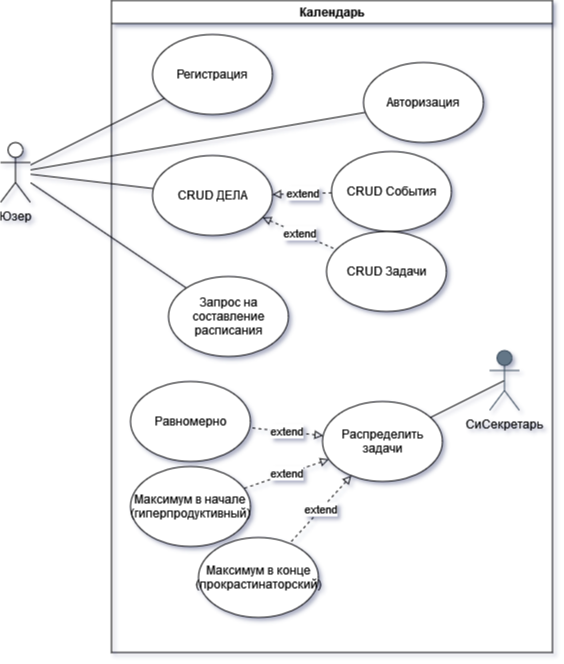
Before: ProjFiles/UseCaseGigaChadCalendar.png, a diagram exported from draw.io (eukuz/ChadWebCalendar). Source tidied: cells renumbered, new cells last; positions are measured from the earlier drawing's top-left corner, leaving out a move shared by most shapes. Its diagram source:
```xml
<mxGraphModel shadow="1">
  <root>
    <mxCell id="0" />
    <mxCell id="1" parent="0" />
    <mxCell id="2" style="rounded=0;jettySize=auto;html=1;fontColor=#000000;endArrow=none;endFill=0;" parent="1" edge="1" source="4" target="11">
      <mxGeometry relative="1" as="geometry" />
    </mxCell>
    <mxCell id="3" style="edgeStyle=none;rounded=0;jettySize=auto;html=1;fontColor=#000000;endArrow=none;endFill=0;" parent="1" edge="1" source="4" target="12">
      <mxGeometry relative="1" as="geometry" />
    </mxCell>
    <mxCell id="4" value="Юзер" style="shape=umlActor;verticalLabelPosition=bottom;verticalAlign=top;html=1;outlineConnect=0;" parent="1" vertex="1">
      <mxGeometry y="142" width="30" height="60" as="geometry" />
    </mxCell>
    <mxCell id="5" value="Календарь" style="swimlane;fontColor=#000000;" parent="1" vertex="1">
      <mxGeometry x="111" width="441" height="652" as="geometry" />
    </mxCell>
    <mxCell id="6" style="edgeStyle=none;rounded=0;jettySize=auto;html=1;exitX=0.5;exitY=0.5;exitDx=0;exitDy=0;exitPerimeter=0;fontColor=#000000;startArrow=none;startFill=0;endArrow=none;endFill=0;" parent="5" edge="1" source="7" target="16">
      <mxGeometry relative="1" as="geometry" />
    </mxCell>
    <mxCell id="7" value="СиСекретарь" style="shape=umlActor;verticalLabelPosition=bottom;verticalAlign=top;html=1;outlineConnect=0;fillColor=#647687;strokeColor=#314354;fontColor=#000000;" parent="5" vertex="1">
      <mxGeometry x="378" y="350" width="30" height="60" as="geometry" />
    </mxCell>
    <mxCell id="8" value="CRUD События" style="ellipse;whiteSpace=wrap;html=1;" parent="5" vertex="1">
      <mxGeometry x="220" y="151" width="120" height="80" as="geometry" />
    </mxCell>
    <mxCell id="9" value="&lt;div&gt;CRUD Задачи&lt;/div&gt;" style="ellipse;whiteSpace=wrap;html=1;" parent="5" vertex="1">
      <mxGeometry x="215" y="231" width="120" height="80" as="geometry" />
    </mxCell>
    <mxCell id="10" value="extend" style="rounded=0;jettySize=auto;html=1;fontColor=#000000;endArrow=none;endFill=0;startArrow=block;startFill=0;dashed=1;" parent="5" edge="1" source="11" target="9">
      <mxGeometry relative="1" as="geometry" />
    </mxCell>
    <mxCell id="11" value="CRUD ДЕЛА" style="ellipse;whiteSpace=wrap;html=1;" parent="5" vertex="1">
      <mxGeometry x="41" y="155" width="120" height="80" as="geometry" />
    </mxCell>
    <mxCell id="12" value="Запрос на составление расписания" style="ellipse;whiteSpace=wrap;html=1;" parent="5" vertex="1">
      <mxGeometry x="57" y="276" width="120" height="80" as="geometry" />
    </mxCell>
    <mxCell id="13" value="Равномерно" style="ellipse;whiteSpace=wrap;html=1;" parent="5" vertex="1">
      <mxGeometry x="19" y="381" width="120" height="80" as="geometry" />
    </mxCell>
    <mxCell id="14" value="&lt;div&gt;Максимум в начале&lt;/div&gt;&lt;div&gt;(гиперпродуктивный)&lt;br&gt;&lt;span&gt;&lt;span&gt;&lt;/span&gt;&lt;/span&gt;&lt;/div&gt;" style="ellipse;whiteSpace=wrap;html=1;" parent="5" vertex="1">
      <mxGeometry x="19" y="466" width="120" height="80" as="geometry" />
    </mxCell>
    <mxCell id="15" value="extend" style="rounded=0;jettySize=auto;html=1;fontColor=#000000;endArrow=none;endFill=0;startArrow=block;startFill=0;dashed=1;" parent="5" edge="1" source="16" target="14">
      <mxGeometry relative="1" as="geometry" />
    </mxCell>
    <mxCell id="16" value="&lt;div&gt;Распределить задачи&lt;/div&gt;" style="ellipse;whiteSpace=wrap;html=1;" parent="5" vertex="1">
      <mxGeometry x="211" y="401" width="120" height="80" as="geometry" />
    </mxCell>
    <mxCell id="17" value="Максимум в конце (прокрастинаторский)" style="ellipse;whiteSpace=wrap;html=1;" parent="5" vertex="1">
      <mxGeometry x="87" y="537" width="120" height="80" as="geometry" />
    </mxCell>
    <mxCell id="18" value="extend" style="rounded=0;jettySize=auto;html=1;fontColor=#000000;endArrow=none;endFill=0;startArrow=block;startFill=0;dashed=1;" parent="5" edge="1" source="16" target="17">
      <mxGeometry relative="1" as="geometry" />
    </mxCell>
    <mxCell id="19" value="&lt;div&gt;Авторизация&lt;/div&gt;" style="ellipse;whiteSpace=wrap;html=1;" parent="5" vertex="1">
      <mxGeometry x="252" y="62" width="120" height="80" as="geometry" />
    </mxCell>
    <mxCell id="20" value="Регистрация" style="ellipse;whiteSpace=wrap;html=1;" parent="5" vertex="1">
      <mxGeometry x="41" y="34" width="120" height="80" as="geometry" />
    </mxCell>
    <mxCell id="21" value="extend" style="rounded=0;jettySize=auto;html=1;fontColor=#000000;endArrow=none;endFill=0;startArrow=block;startFill=0;dashed=1;" parent="5" edge="1" source="16" target="13">
      <mxGeometry relative="1" as="geometry" />
    </mxCell>
    <mxCell id="22" value="extend" style="rounded=0;jettySize=auto;html=1;fontColor=#000000;endArrow=none;endFill=0;startArrow=block;startFill=0;dashed=1;" parent="5" edge="1" source="11" target="8">
      <mxGeometry relative="1" as="geometry" />
    </mxCell>
    <mxCell id="23" style="edgeStyle=none;rounded=0;jettySize=auto;html=1;fontColor=#000000;startArrow=none;startFill=0;endArrow=none;endFill=0;" parent="1" edge="1" source="19" target="4">
      <mxGeometry relative="1" as="geometry" />
    </mxCell>
    <mxCell id="24" style="edgeStyle=none;rounded=0;jettySize=auto;html=1;fontColor=#000000;startArrow=none;startFill=0;endArrow=none;endFill=0;" parent="1" edge="1" source="20" target="4">
      <mxGeometry relative="1" as="geometry" />
    </mxCell>
  </root>
</mxGraphModel>
```
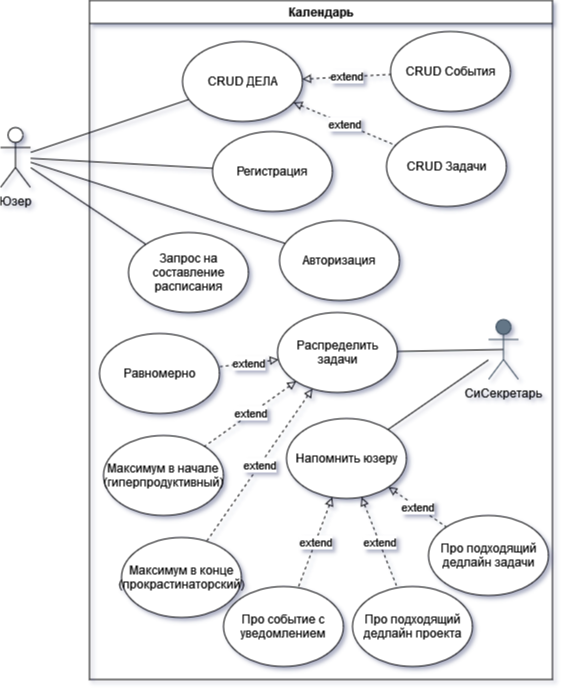
The same file after the commit.

Commit message:
updated use case diagram

What changed in the source:
```diff
@@ -9,62 +9,86 @@
       <mxGeometry relative="1" as="geometry" />
     </mxCell>
     <mxCell id="4" value="Юзер" style="shape=umlActor;verticalLabelPosition=bottom;verticalAlign=top;html=1;outlineConnect=0;" parent="1" vertex="1">
-      <mxGeometry y="142" width="30" height="60" as="geometry" />
+      <mxGeometry x="115" y="209" width="30" height="60" as="geometry" />
     </mxCell>
     <mxCell id="5" value="Календарь" style="swimlane;fontColor=#000000;" parent="1" vertex="1">
-      <mxGeometry x="111" width="441" height="652" as="geometry" />
+      <mxGeometry x="204" y="82" width="463" height="679" as="geometry" />
     </mxCell>
     <mxCell id="6" style="edgeStyle=none;rounded=0;jettySize=auto;html=1;exitX=0.5;exitY=0.5;exitDx=0;exitDy=0;exitPerimeter=0;fontColor=#000000;startArrow=none;startFill=0;endArrow=none;endFill=0;" parent="5" edge="1" source="7" target="16">
       <mxGeometry relative="1" as="geometry" />
     </mxCell>
     <mxCell id="7" value="СиСекретарь" style="shape=umlActor;verticalLabelPosition=bottom;verticalAlign=top;html=1;outlineConnect=0;fillColor=#647687;strokeColor=#314354;fontColor=#000000;" parent="5" vertex="1">
-      <mxGeometry x="378" y="350" width="30" height="60" as="geometry" />
+      <mxGeometry x="399" y="319" width="30" height="60" as="geometry" />
     </mxCell>
     <mxCell id="8" value="CRUD События" style="ellipse;whiteSpace=wrap;html=1;" parent="5" vertex="1">
-      <mxGeometry x="220" y="151" width="120" height="80" as="geometry" />
+      <mxGeometry x="301" y="31" width="120" height="80" as="geometry" />
     </mxCell>
     <mxCell id="9" value="&lt;div&gt;CRUD Задачи&lt;/div&gt;" style="ellipse;whiteSpace=wrap;html=1;" parent="5" vertex="1">
-      <mxGeometry x="215" y="231" width="120" height="80" as="geometry" />
+      <mxGeometry x="297" y="126" width="120" height="80" as="geometry" />
     </mxCell>
     <mxCell id="10" value="extend" style="rounded=0;jettySize=auto;html=1;fontColor=#000000;endArrow=none;endFill=0;startArrow=block;startFill=0;dashed=1;" parent="5" edge="1" source="11" target="9">
       <mxGeometry relative="1" as="geometry" />
     </mxCell>
     <mxCell id="11" value="CRUD ДЕЛА" style="ellipse;whiteSpace=wrap;html=1;" parent="5" vertex="1">
-      <mxGeometry x="41" y="155" width="120" height="80" as="geometry" />
+      <mxGeometry x="93" y="41" width="120" height="80" as="geometry" />
     </mxCell>
-    <mxCell id="12" value="Запрос на составление расписания" style="ellipse;whiteSpace=wrap;html=1;" parent="5" vertex="1">
-      <mxGeometry x="57" y="276" width="120" height="80" as="geometry" />
-    </mxCell>
     <mxCell id="13" value="Равномерно" style="ellipse;whiteSpace=wrap;html=1;" parent="5" vertex="1">
-      <mxGeometry x="19" y="381" width="120" height="80" as="geometry" />
+      <mxGeometry x="10" y="333" width="120" height="80" as="geometry" />
     </mxCell>
     <mxCell id="14" value="&lt;div&gt;Максимум в начале&lt;/div&gt;&lt;div&gt;(гиперпродуктивный)&lt;br&gt;&lt;span&gt;&lt;span&gt;&lt;/span&gt;&lt;/span&gt;&lt;/div&gt;" style="ellipse;whiteSpace=wrap;html=1;" parent="5" vertex="1">
-      <mxGeometry x="19" y="466" width="120" height="80" as="geometry" />
+      <mxGeometry x="14" y="435" width="120" height="80" as="geometry" />
     </mxCell>
     <mxCell id="15" value="extend" style="rounded=0;jettySize=auto;html=1;fontColor=#000000;endArrow=none;endFill=0;startArrow=block;startFill=0;dashed=1;" parent="5" edge="1" source="16" target="14">
       <mxGeometry relative="1" as="geometry" />
     </mxCell>
     <mxCell id="16" value="&lt;div&gt;Распределить задачи&lt;/div&gt;" style="ellipse;whiteSpace=wrap;html=1;" parent="5" vertex="1">
-      <mxGeometry x="211" y="401" width="120" height="80" as="geometry" />
+      <mxGeometry x="188" y="312" width="120" height="80" as="geometry" />
     </mxCell>
     <mxCell id="17" value="Максимум в конце (прокрастинаторский)" style="ellipse;whiteSpace=wrap;html=1;" parent="5" vertex="1">
-      <mxGeometry x="87" y="537" width="120" height="80" as="geometry" />
+      <mxGeometry x="32" y="537" width="120" height="80" as="geometry" />
     </mxCell>
     <mxCell id="18" value="extend" style="rounded=0;jettySize=auto;html=1;fontColor=#000000;endArrow=none;endFill=0;startArrow=block;startFill=0;dashed=1;" parent="5" edge="1" source="16" target="17">
       <mxGeometry relative="1" as="geometry" />
     </mxCell>
     <mxCell id="19" value="&lt;div&gt;Авторизация&lt;/div&gt;" style="ellipse;whiteSpace=wrap;html=1;" parent="5" vertex="1">
-      <mxGeometry x="252" y="62" width="120" height="80" as="geometry" />
+      <mxGeometry x="190" y="220" width="120" height="80" as="geometry" />
     </mxCell>
-    <mxCell id="20" value="Регистрация" style="ellipse;whiteSpace=wrap;html=1;" parent="5" vertex="1">
-      <mxGeometry x="41" y="34" width="120" height="80" as="geometry" />
-    </mxCell>
     <mxCell id="21" value="extend" style="rounded=0;jettySize=auto;html=1;fontColor=#000000;endArrow=none;endFill=0;startArrow=block;startFill=0;dashed=1;" parent="5" edge="1" source="16" target="13">
       <mxGeometry relative="1" as="geometry" />
     </mxCell>
     <mxCell id="22" value="extend" style="rounded=0;jettySize=auto;html=1;fontColor=#000000;endArrow=none;endFill=0;startArrow=block;startFill=0;dashed=1;" parent="5" edge="1" source="11" target="8">
       <mxGeometry relative="1" as="geometry" />
     </mxCell>
+    <mxCell id="25" value="Напомнить юзеру" style="ellipse;whiteSpace=wrap;html=1;" parent="5" vertex="1">
+      <mxGeometry x="197" y="418" width="120" height="80" as="geometry" />
+    </mxCell>
+    <mxCell id="26" style="edgeStyle=none;rounded=0;jettySize=auto;html=1;fontColor=#000000;startArrow=none;startFill=0;endArrow=none;endFill=0;" parent="5" edge="1" source="7" target="25">
+      <mxGeometry relative="1" as="geometry" />
+    </mxCell>
+    <mxCell id="27" value="Про событие с уведомлением" style="ellipse;whiteSpace=wrap;html=1;" parent="5" vertex="1">
+      <mxGeometry x="134" y="586" width="120" height="80" as="geometry" />
+    </mxCell>
+    <mxCell id="28" value="extend" style="rounded=0;jettySize=auto;html=1;fontColor=#000000;endArrow=none;endFill=0;startArrow=block;startFill=0;dashed=1;" parent="5" edge="1" source="25" target="27">
+      <mxGeometry relative="1" as="geometry" />
+    </mxCell>
+    <mxCell id="29" value="Про подходящий дедлайн задачи" style="ellipse;whiteSpace=wrap;html=1;" parent="5" vertex="1">
+      <mxGeometry x="339" y="515" width="120" height="80" as="geometry" />
+    </mxCell>
+    <mxCell id="30" value="extend" style="rounded=0;jettySize=auto;html=1;fontColor=#000000;endArrow=none;endFill=0;startArrow=block;startFill=0;dashed=1;" parent="5" edge="1" source="25" target="29">
+      <mxGeometry relative="1" as="geometry" />
+    </mxCell>
+    <mxCell id="20" value="Регистрация" style="ellipse;whiteSpace=wrap;html=1;" parent="5" vertex="1">
+      <mxGeometry x="123" y="131" width="120" height="80" as="geometry" />
+    </mxCell>
+    <mxCell id="12" value="Запрос на составление расписания" style="ellipse;whiteSpace=wrap;html=1;" parent="5" vertex="1">
+      <mxGeometry x="39" y="232" width="120" height="80" as="geometry" />
+    </mxCell>
+    <mxCell id="31" value="Про подходящий дедлайн проекта" style="ellipse;whiteSpace=wrap;html=1;" parent="5" vertex="1">
+      <mxGeometry x="263" y="586" width="120" height="80" as="geometry" />
+    </mxCell>
+    <mxCell id="32" value="extend" style="rounded=0;jettySize=auto;html=1;fontColor=#000000;endArrow=none;endFill=0;startArrow=block;startFill=0;dashed=1;" parent="5" edge="1" source="25" target="31">
+      <mxGeometry relative="1" as="geometry" />
+    </mxCell>
     <mxCell id="23" style="edgeStyle=none;rounded=0;jettySize=auto;html=1;fontColor=#000000;startArrow=none;startFill=0;endArrow=none;endFill=0;" parent="1" edge="1" source="19" target="4">
       <mxGeometry relative="1" as="geometry" />
     </mxCell>
```
